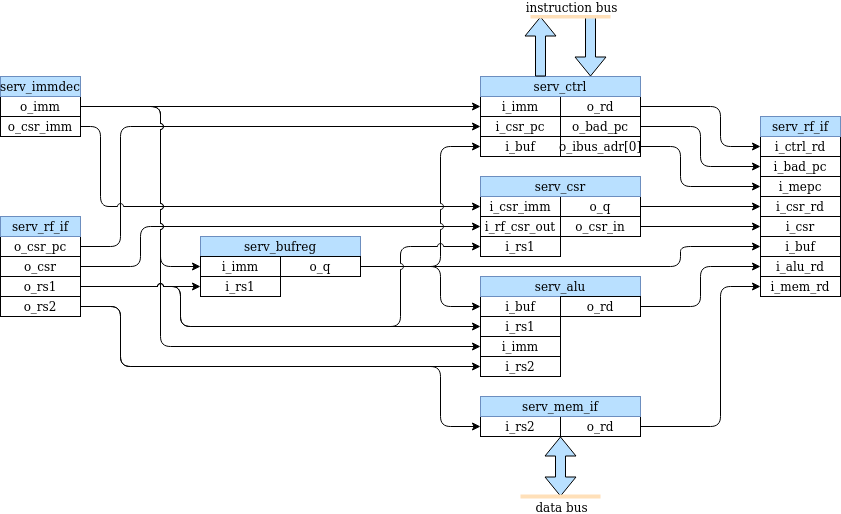
Above: doc/serv_dataflow.png in olofk/serv (draw.io), before the change. Source tidied: cells renumbered, new cells last; positions are measured from the earlier drawing's top-left corner, leaving out a move shared by most shapes.
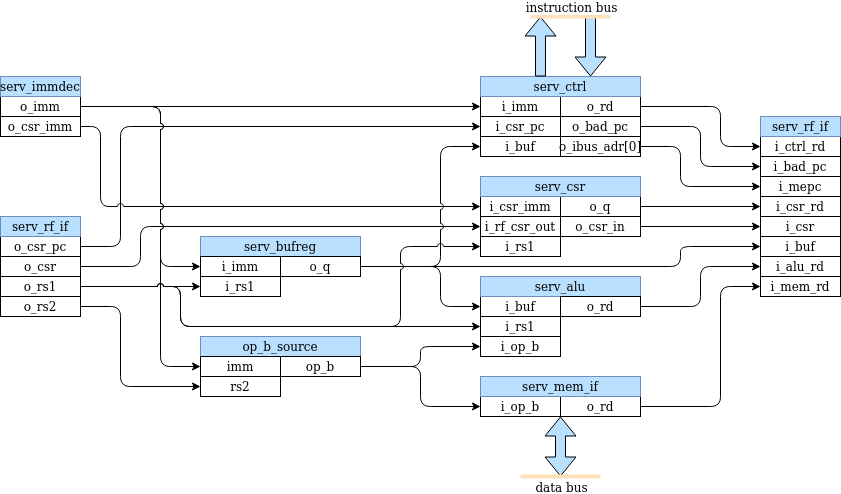
After the change.

Diff of the diagram source:
```diff
@@ -13,24 +13,14 @@
     <mxCell id="3" style="group;" parent="1" vertex="1">
       <mxGeometry x="480" y="200" width="160" height="80" as="geometry" />
     </mxCell>
-    <mxCell id="4" style="edgeStyle=orthogonalEdgeStyle;rounded=1;jumpStyle=arc;jettySize=auto;html=1;exitX=1;exitY=0.5;exitDx=0;exitDy=0;entryX=0;entryY=0.5;entryDx=0;entryDy=0;strokeColor=#000000;" parent="1" edge="1" source="22" target="16">
-      <mxGeometry relative="1" as="geometry">
-        <Array as="points">
-          <mxPoint x="120" y="290" />
-          <mxPoint x="120" y="350" />
-        </Array>
-      </mxGeometry>
-    </mxCell>
-    <mxCell id="5" value="i_rs2" style="rounded=0;whiteSpace=wrap;html=1;" parent="1" vertex="1">
-      <mxGeometry x="480" y="400" width="80" height="20" as="geometry" />
+    <mxCell id="5" value="i_op_b" style="rounded=0;whiteSpace=wrap;html=1;" parent="1" vertex="1">
+      <mxGeometry x="480" y="380" width="80" height="20" as="geometry" />
     </mxCell>
-    <mxCell id="6" style="edgeStyle=orthogonalEdgeStyle;rounded=1;jumpStyle=arc;jettySize=auto;html=1;exitX=1;exitY=0.5;exitDx=0;exitDy=0;entryX=0;entryY=0.5;entryDx=0;entryDy=0;" parent="1" edge="1" source="22" target="5">
+    <mxCell id="6" style="edgeStyle=orthogonalEdgeStyle;rounded=1;jumpStyle=arc;jettySize=auto;html=1;exitX=1;exitY=0.5;exitDx=0;exitDy=0;entryX=0;entryY=0.5;entryDx=0;entryDy=0;" parent="1" edge="1" source="22" target="81">
       <mxGeometry relative="1" as="geometry">
         <Array as="points">
           <mxPoint x="120" y="290" />
-          <mxPoint x="120" y="350" />
-          <mxPoint x="440" y="350" />
-          <mxPoint x="440" y="410" />
+          <mxPoint x="120" y="370" />
         </Array>
       </mxGeometry>
     </mxCell>
@@ -85,7 +75,7 @@
     <mxCell id="13" style="edgeStyle=orthogonalEdgeStyle;rounded=1;jumpStyle=arc;jettySize=auto;html=1;exitX=1;exitY=0.5;exitDx=0;exitDy=0;entryX=0;entryY=0.5;entryDx=0;entryDy=0;" parent="1" edge="1" source="30" target="27">
       <mxGeometry relative="1" as="geometry">
         <Array as="points">
-          <mxPoint x="720" y="410" />
+          <mxPoint x="720" y="390" />
           <mxPoint x="720" y="270" />
         </Array>
       </mxGeometry>
@@ -101,13 +91,10 @@
     <mxCell id="15" value="i_rs1" style="rounded=0;whiteSpace=wrap;html=1;" parent="1" vertex="1">
       <mxGeometry x="480" y="300" width="80" height="20" as="geometry" />
     </mxCell>
-    <mxCell id="16" value="i_rs2" style="rounded=0;whiteSpace=wrap;html=1;" parent="1" vertex="1">
-      <mxGeometry x="480" y="340" width="80" height="20" as="geometry" />
-    </mxCell>
     <mxCell id="17" value="i_buf" style="rounded=0;whiteSpace=wrap;html=1;" parent="1" vertex="1">
       <mxGeometry x="480" y="280" width="80" height="20" as="geometry" />
     </mxCell>
-    <mxCell id="18" value="i_imm" style="rounded=0;whiteSpace=wrap;html=1;" parent="1" vertex="1">
+    <mxCell id="18" value="i_op_b" style="rounded=0;whiteSpace=wrap;html=1;" parent="1" vertex="1">
       <mxGeometry x="480" y="320" width="80" height="20" as="geometry" />
     </mxCell>
     <mxCell id="19" value="i_csr" style="rounded=0;whiteSpace=wrap;html=1;" parent="1" vertex="1">
@@ -138,7 +125,7 @@
       <mxGeometry x="760" y="260" width="80" height="20" as="geometry" />
     </mxCell>
     <mxCell id="28" style="group;" parent="1" vertex="1">
-      <mxGeometry x="560" y="400" width="80" height="20" as="geometry" />
+      <mxGeometry x="560" y="380" width="80" height="20" as="geometry" />
     </mxCell>
     <mxCell id="29" style="group;" parent="28" vertex="1">
       <mxGeometry width="80" height="20" as="geometry" />
@@ -234,7 +221,7 @@
       <mxGeometry x="560" y="280" width="80" height="20" as="geometry" />
     </mxCell>
     <mxCell id="55" value="serv_mem_if" style="rounded=0;whiteSpace=wrap;html=1;fillColor=#B9E0FF;strokeColor=#6c8ebf;" parent="1" vertex="1">
-      <mxGeometry x="480" y="380" width="160" height="20" as="geometry" />
+      <mxGeometry x="480" y="360" width="160" height="20" as="geometry" />
     </mxCell>
     <mxCell id="56" value="serv_bufreg" style="rounded=0;whiteSpace=wrap;html=1;fillColor=#B9E0FF;strokeColor=#6c8ebf;" parent="1" vertex="1">
       <mxGeometry x="200" y="220" width="160" height="20" as="geometry" />
@@ -264,11 +251,11 @@
         </Array>
       </mxGeometry>
     </mxCell>
-    <mxCell id="62" style="edgeStyle=orthogonalEdgeStyle;rounded=1;jumpStyle=arc;jettySize=auto;html=1;exitX=1;exitY=0.5;exitDx=0;exitDy=0;entryX=0;entryY=0.5;entryDx=0;entryDy=0;" parent="1" edge="1" source="45" target="18">
+    <mxCell id="62" style="edgeStyle=orthogonalEdgeStyle;rounded=1;jumpStyle=arc;jettySize=auto;html=1;exitX=1;exitY=0.5;exitDx=0;exitDy=0;entryX=0;entryY=0.5;entryDx=0;entryDy=0;" parent="1" edge="1" source="45" target="82">
       <mxGeometry relative="1" as="geometry">
         <Array as="points">
           <mxPoint x="160" y="90" />
-          <mxPoint x="160" y="330" />
+          <mxPoint x="160" y="350" />
         </Array>
       </mxGeometry>
     </mxCell>
@@ -300,14 +287,14 @@
     </mxCell>
     <mxCell id="66" style="shape=flexArrow;endArrow=classic;startArrow=classic;html=1;strokeColor=#000000;fillColor=#B9E0FF;" parent="1" edge="1">
       <mxGeometry relative="1" as="geometry">
-        <mxPoint x="560" y="480" as="sourcePoint" />
-        <mxPoint x="560" y="420" as="targetPoint" />
+        <mxPoint x="560" y="460" as="sourcePoint" />
+        <mxPoint x="560" y="400" as="targetPoint" />
       </mxGeometry>
     </mxCell>
     <mxCell id="67" style="endArrow=none;html=1;strokeColor=#FFE0B9;fillColor=#B9E0FF;strokeWidth=4;" parent="1" edge="1">
       <mxGeometry relative="1" as="geometry">
-        <mxPoint x="520" y="480" as="sourcePoint" />
-        <mxPoint x="600" y="480" as="targetPoint" />
+        <mxPoint x="520" y="460" as="sourcePoint" />
+        <mxPoint x="600" y="460" as="targetPoint" />
       </mxGeometry>
     </mxCell>
     <mxCell id="68" value="data bus" style="text;html=1;align=center;verticalAlign=middle;labelBackgroundColor=#ffffff;" parent="67" vertex="1">
@@ -350,5 +337,39 @@
         <mxPoint x="-27" y="-10" as="offset" />
       </mxGeometry>
     </mxCell>
+    <mxCell id="77" style="edgeStyle=orthogonalEdgeStyle;rounded=1;jumpStyle=arc;jettySize=auto;html=1;exitX=1;exitY=0.5;exitDx=0;exitDy=0;entryX=0;entryY=0.5;entryDx=0;entryDy=0;" parent="1" edge="1" source="84" target="18">
+      <mxGeometry relative="1" as="geometry">
+        <Array as="points">
+          <mxPoint x="420" y="350" />
+          <mxPoint x="420" y="330" />
+        </Array>
+      </mxGeometry>
+    </mxCell>
+    <mxCell id="78" style="edgeStyle=orthogonalEdgeStyle;rounded=1;jumpStyle=arc;jettySize=auto;html=1;exitX=1;exitY=0.5;exitDx=0;exitDy=0;entryX=0;entryY=0.5;entryDx=0;entryDy=0;" parent="1" edge="1" source="84" target="5">
+      <mxGeometry relative="1" as="geometry">
+        <Array as="points">
+          <mxPoint x="420" y="350" />
+          <mxPoint x="420" y="390" />
+        </Array>
+      </mxGeometry>
+    </mxCell>
+    <mxCell id="79" style="group;" parent="1" vertex="1">
+      <mxGeometry x="200" y="320" width="160" height="60" as="geometry" />
+    </mxCell>
+    <mxCell id="80" value="op_b_source" style="rounded=0;whiteSpace=wrap;html=1;fillColor=#B9E0FF;strokeColor=#6c8ebf;" parent="79" vertex="1">
+      <mxGeometry width="160" height="20" as="geometry" />
+    </mxCell>
+    <mxCell id="81" value="rs2" style="rounded=0;whiteSpace=wrap;html=1;" parent="79" vertex="1">
+      <mxGeometry y="40" width="80" height="20" as="geometry" />
+    </mxCell>
+    <mxCell id="82" value="imm" style="rounded=0;whiteSpace=wrap;html=1;" parent="79" vertex="1">
+      <mxGeometry y="20" width="80" height="20" as="geometry" />
+    </mxCell>
+    <mxCell id="83" style="group;" parent="79" vertex="1">
+      <mxGeometry x="80" y="20" width="80" height="20" as="geometry" />
+    </mxCell>
+    <mxCell id="84" value="op_b" style="rounded=0;whiteSpace=wrap;html=1;" parent="83" vertex="1">
+      <mxGeometry width="80" height="20" as="geometry" />
+    </mxCell>
   </root>
 </mxGraphModel>
```
